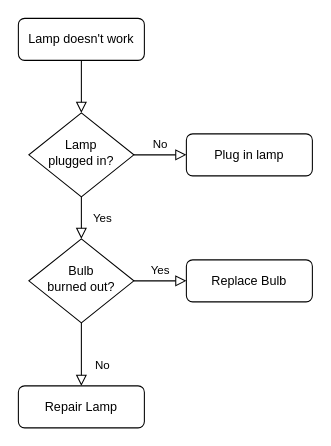
This is 设备端授权流程.drawio from gmyboy/software-architecture, a draw.io file, before an edit. Source tidied: cells renumbered, new cells numbered last; positions are measured from the earlier drawing's top-left corner, leaving out a move shared by most shapes. Both pictures are drawn from the tidied source at 105%, with x=0, y=0 at pixel (18, 18).
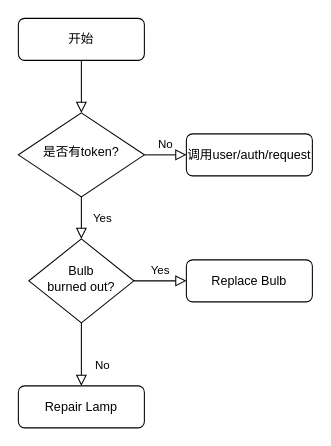
After the change.

Commit message:
Update 设备端授权流程.drawio

Change to the diagram source:
```diff
@@
 <mxGraphModel>
   <root>
     <mxCell id="0" />
     <mxCell id="1" parent="0" />
     <mxCell id="2" style="rounded=0;html=1;jettySize=auto;fontSize=11;endArrow=block;endFill=0;endSize=8;strokeWidth=1;shadow=0;labelBackgroundColor=none;edgeStyle=orthogonalEdgeStyle;" parent="1" edge="1" source="3" target="6">
       <mxGeometry relative="1" as="geometry" />
     </mxCell>
-    <mxCell id="3" value="Lamp doesn't work" style="rounded=1;whiteSpace=wrap;html=1;fontSize=12;glass=0;strokeWidth=1;shadow=0;" parent="1" vertex="1">
+    <mxCell id="3" value="开始" style="rounded=1;whiteSpace=wrap;html=1;fontSize=12;glass=0;strokeWidth=1;shadow=0;" parent="1" vertex="1">
       <mxGeometry width="120" height="40" as="geometry" />
     </mxCell>
     <mxCell id="4" value="Yes" style="rounded=0;html=1;jettySize=auto;fontSize=11;endArrow=block;endFill=0;endSize=8;strokeWidth=1;shadow=0;labelBackgroundColor=none;edgeStyle=orthogonalEdgeStyle;" parent="1" edge="1" source="6" target="10">
       <mxGeometry y="20" relative="1" as="geometry" />
     </mxCell>
     <mxCell id="5" value="No" style="edgeStyle=orthogonalEdgeStyle;rounded=0;html=1;jettySize=auto;fontSize=11;endArrow=block;endFill=0;endSize=8;strokeWidth=1;shadow=0;labelBackgroundColor=none;" parent="1" edge="1" source="6" target="7">
       <mxGeometry y="10" relative="1" as="geometry" />
     </mxCell>
-    <mxCell id="6" value="Lamp&lt;br&gt;plugged in?" style="rhombus;whiteSpace=wrap;html=1;shadow=0;fontFamily=Helvetica;fontSize=12;align=center;strokeWidth=1;spacing=6;spacingTop=-4;" parent="1" vertex="1">
-      <mxGeometry x="10" y="90" width="100" height="80" as="geometry" />
+    <mxCell id="6" value="是否有token?" style="rhombus;whiteSpace=wrap;html=1;shadow=0;fontFamily=Helvetica;fontSize=12;align=center;strokeWidth=1;spacing=6;spacingTop=-4;" parent="1" vertex="1">
+      <mxGeometry y="90" width="120" height="80" as="geometry" />
     </mxCell>
-    <mxCell id="7" value="Plug in lamp" style="rounded=1;whiteSpace=wrap;html=1;fontSize=12;glass=0;strokeWidth=1;shadow=0;" parent="1" vertex="1">
+    <mxCell id="7" value="调用user/auth/request" style="rounded=1;whiteSpace=wrap;html=1;fontSize=12;glass=0;strokeWidth=1;shadow=0;" parent="1" vertex="1">
       <mxGeometry x="160" y="110" width="120" height="40" as="geometry" />
     </mxCell>
     <mxCell id="8" value="No" style="rounded=0;html=1;jettySize=auto;fontSize=11;endArrow=block;endFill=0;endSize=8;strokeWidth=1;shadow=0;labelBackgroundColor=none;edgeStyle=orthogonalEdgeStyle;" parent="1" edge="1" source="10" target="11">
       <mxGeometry x="0.33" y="20" relative="1" as="geometry" />
     </mxCell>
     <mxCell id="9" value="Yes" style="edgeStyle=orthogonalEdgeStyle;rounded=0;html=1;jettySize=auto;fontSize=11;endArrow=block;endFill=0;endSize=8;strokeWidth=1;shadow=0;labelBackgroundColor=none;" parent="1" edge="1" source="10" target="12">
       <mxGeometry y="10" relative="1" as="geometry" />
     </mxCell>
     <mxCell id="10" value="Bulb&lt;br&gt;burned out?" style="rhombus;whiteSpace=wrap;html=1;shadow=0;fontFamily=Helvetica;fontSize=12;align=center;strokeWidth=1;spacing=6;spacingTop=-4;" parent="1" vertex="1">
       <mxGeometry x="10" y="210" width="100" height="80" as="geometry" />
     </mxCell>
     <mxCell id="11" value="Repair Lamp" style="rounded=1;whiteSpace=wrap;html=1;fontSize=12;glass=0;strokeWidth=1;shadow=0;" parent="1" vertex="1">
       <mxGeometry y="350" width="120" height="40" as="geometry" />
     </mxCell>
     <mxCell id="12" value="Replace Bulb" style="rounded=1;whiteSpace=wrap;html=1;fontSize=12;glass=0;strokeWidth=1;shadow=0;" parent="1" vertex="1">
       <mxGeometry x="160" y="230" width="120" height="40" as="geometry" />
     </mxCell>
   </root>
 </mxGraphModel>
```
